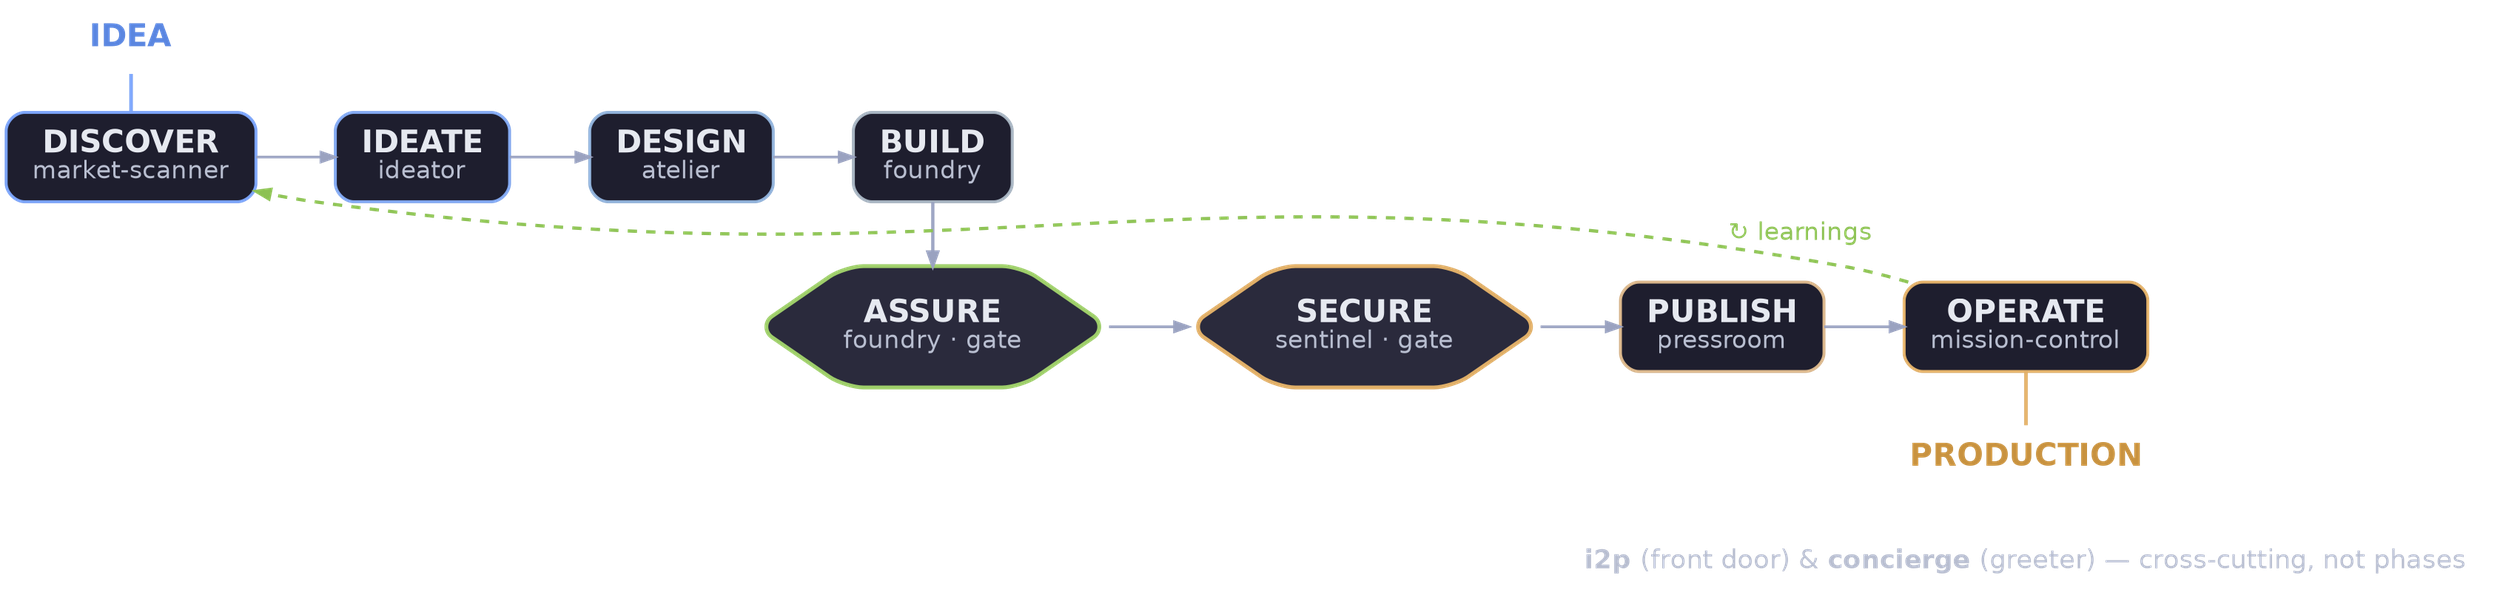
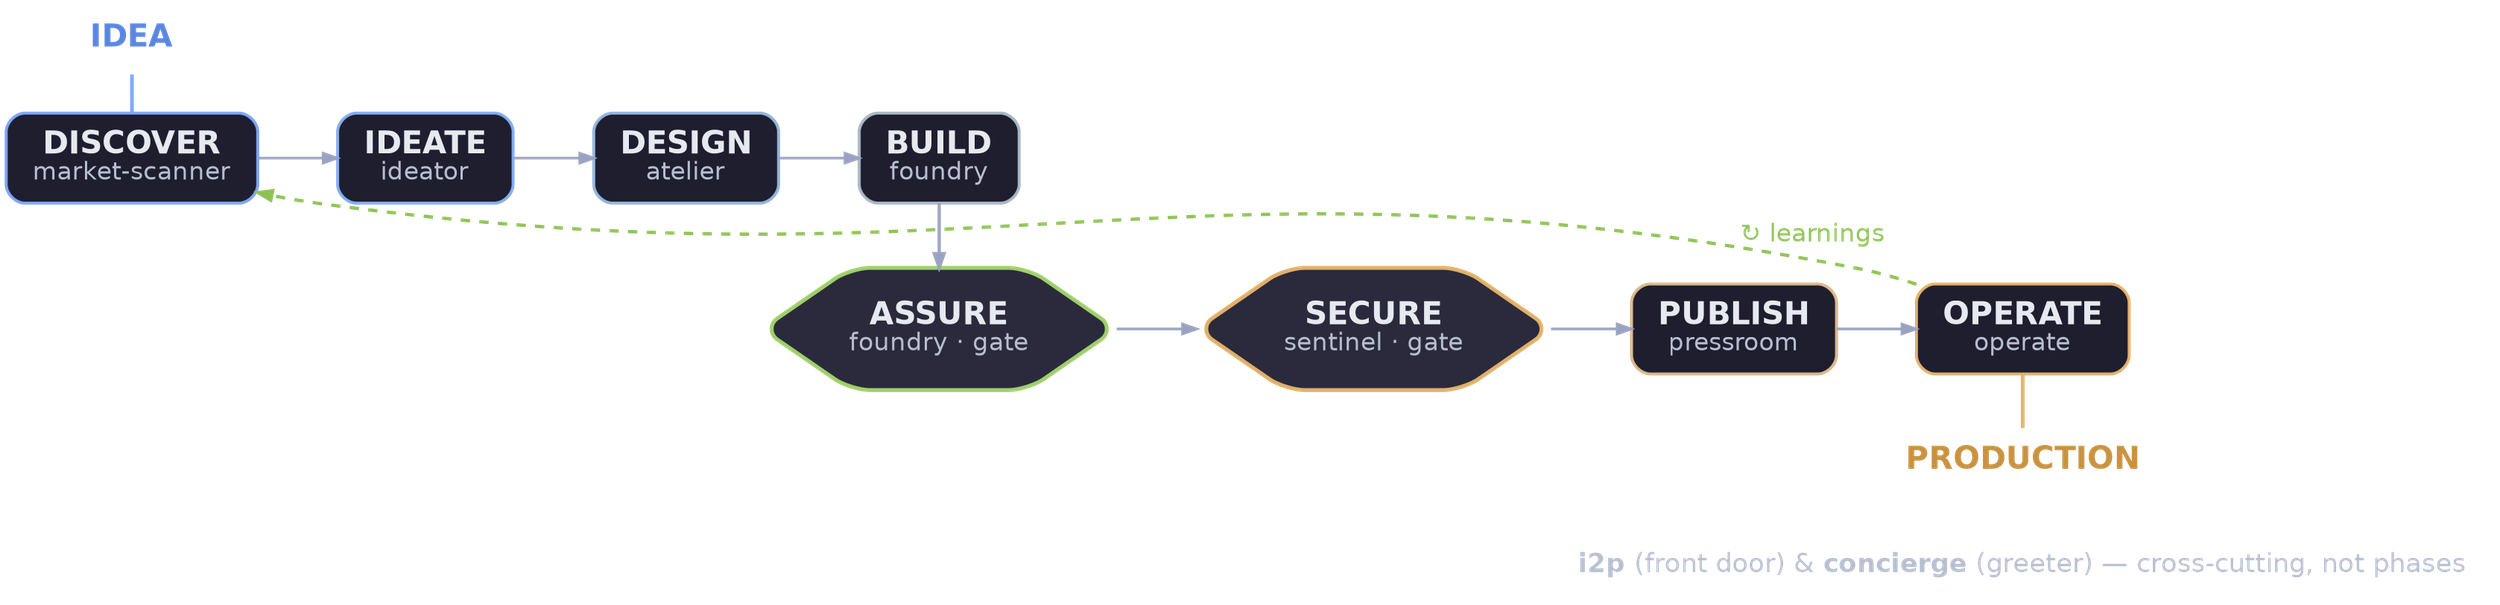
digraph ValueFlow {
  bgcolor="transparent"
  rankdir=TB
  nodesep=0.36
  ranksep=0.34
  splines=true

  node [shape=box, style="filled,rounded", fillcolor="#1e1e2e",
        color="#9aa2c0", fontcolor="#e6e9f0", fontname="DejaVu Sans",
        fontsize=20, penwidth=1.9, margin="0.24,0.15"]
  edge [color="#9aa2c0", fontcolor="#b8bed0", fontname="DejaVu Sans",
        fontsize=16, penwidth=1.7, arrowsize=0.9]

  idea [label=<<b>IDEA</b>>, shape=plaintext, style="", fontcolor="#5a86e0",
        fontname="DejaVu Sans", fontsize=20, penwidth=0]
  prod [label=<<b>PRODUCTION</b>>, shape=plaintext, style="", fontcolor="#c8923f",
        fontname="DejaVu Sans", fontsize=20, penwidth=0]

  discover [label=<<b>DISCOVER</b><br/><font color="#b8bed0" point-size="16">market-scanner</font>>, color="#7aa2f7"]
  ideate   [label=<<b>IDEATE</b><br/><font color="#b8bed0" point-size="16">ideator</font>>,        color="#82a8f0"]
  design   [label=<<b>DESIGN</b><br/><font color="#b8bed0" point-size="16">atelier</font>>,         color="#8fb0d8"]
  build    [label=<<b>BUILD</b><br/><font color="#b8bed0" point-size="16">foundry</font>>,          color="#a6b3c0"]

  assure [label=<<b>ASSURE</b><br/><font color="#b8bed0" point-size="16">foundry &middot; gate</font>>,
          shape=hexagon, fillcolor="#2a2a3c", color="#9ece6a", penwidth=2.5, margin="0.16,0.08"]
  secure [label=<<b>SECURE</b><br/><font color="#b8bed0" point-size="16">sentinel &middot; gate</font>>,
          shape=hexagon, fillcolor="#2a2a3c", color="#e0af68", penwidth=2.5, margin="0.16,0.08"]

  publish  [label=<<b>PUBLISH</b><br/><font color="#b8bed0" point-size="16">pressroom</font>>,       color="#d8b58a"]
-   operate  [label=<<b>OPERATE</b><br/><font color="#b8bed0" point-size="16">mission-control</font>>, color="#e0af68"]
+   operate  [label=<<b>OPERATE</b><br/><font color="#b8bed0" point-size="16">operate</font>>, color="#e0af68"]

  // top row = 4 phases; bottom row = 4 phases (each ~half the original width)
  { rank=same; discover; ideate; design; build }
  { rank=same; assure; secure; publish; operate }

  // IDEA sits above DISCOVER; PRODUCTION below OPERATE — vertical end-caps, off the rows
  idea -> discover [color="#7aa2f7", arrowhead=none, penwidth=2.3]
  operate -> prod [color="#e0af68", arrowhead=none, penwidth=2.3]

  discover -> ideate [weight=100]
  ideate   -> design  [weight=100]
  design   -> build   [weight=100]

  assure   -> secure  [weight=100]
  secure   -> publish [weight=100]
  publish  -> operate [weight=100]

  // wrap connector BUILD -> ASSURE between the two rows
  build -> assure [weight=1, color="#9aa2c0", penwidth=2.1]

  // cyclic return OPERATE -> DISCOVER
  operate -> discover [constraint=false, style=dashed, color="#8cc153",
                       fontcolor="#8cc153", penwidth=2.1, fontsize=16,
                       label="&#8635; learnings", labelfloat=false]

  // meta caption beneath, on its own rank, legible
  meta [shape=plaintext, style="", penwidth=0,
        fontcolor="#b8bed0", margin="0.24,0.15",
        label=<<font point-size="17"><b>i2p</b> (front door) &amp; <b>concierge</b> (greeter) &mdash; cross-cutting, not phases</font>>]
  prod -> meta [style=invis]
}
